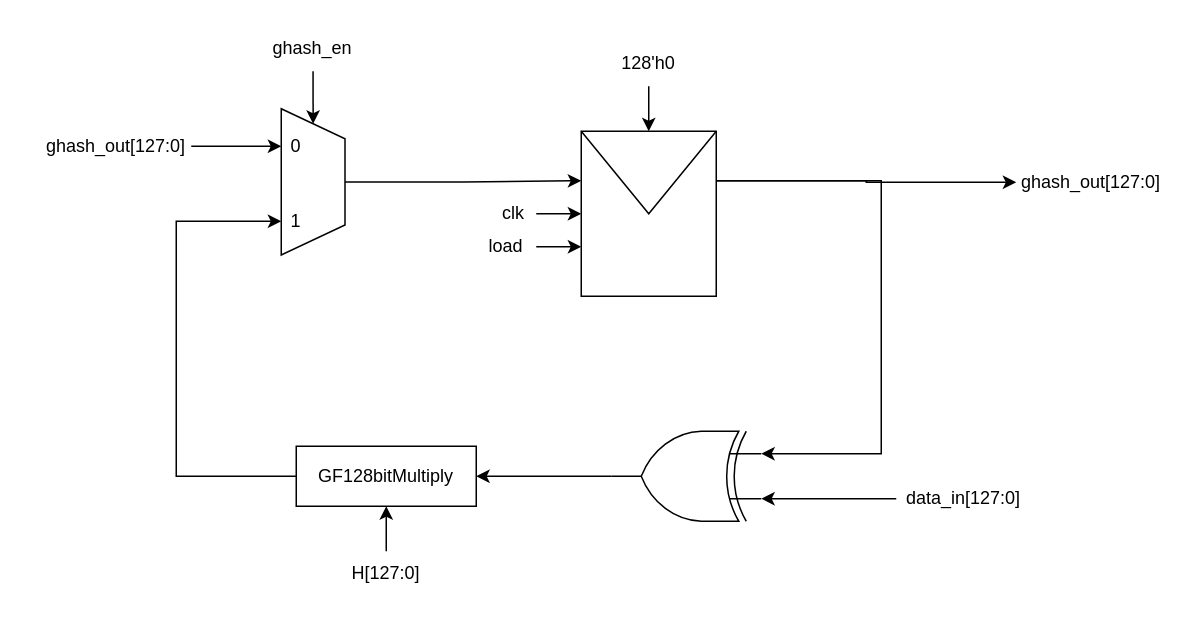
This is Quang Long/_drawio/GHASH low level.drawio from LQLManZz/AES128-Verilog, a draw.io file, before an edit. Source tidied: cells renumbered, new cells numbered last; positions are measured from the earlier drawing's top-left corner, leaving out a move shared by most shapes. Both pictures are drawn from the tidied source at 150%, with x=0, y=0 at pixel (40, 26).
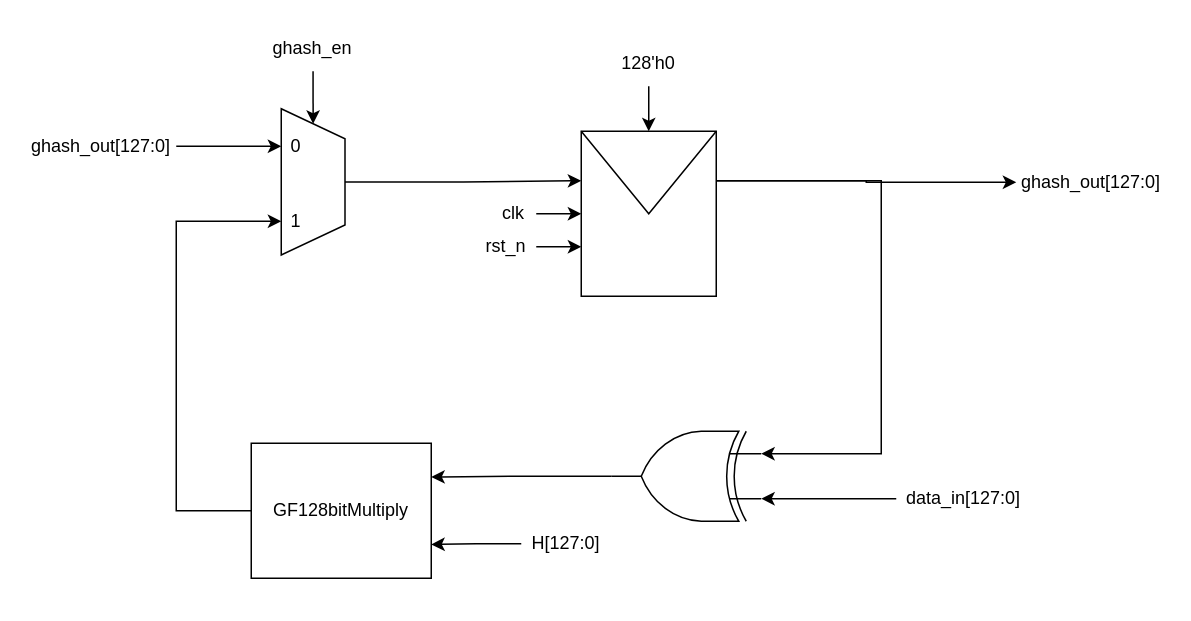
The same diagram, later.

Unchanged cells that the change refers to:
```xml
<mxCell id="12" style="verticalLabelPosition=bottom;shadow=0;dashed=0;align=center;html=1;verticalAlign=top;shape=mxgraph.electrical.logic_gates.logic_gate;operation=xor;rotation=-180;" parent="1" vertex="1">
  <mxGeometry x="380" y="270" width="100" height="60" as="geometry" />
</mxCell>
<mxCell id="24" value="1" style="text;html=1;whiteSpace=wrap;strokeColor=none;fillColor=none;align=center;verticalAlign=middle;rounded=0;" parent="22" vertex="1">
  <mxGeometry y="50" width="20" height="20" as="geometry" />
</mxCell>
```

What changed in the source:
```diff
@@
-    <mxCell id="7" value="load" style="text;html=1;whiteSpace=wrap;strokeColor=none;fillColor=none;align=center;verticalAlign=middle;rounded=0;" parent="1" vertex="1">
+    <mxCell id="7" value="rst_n" style="text;html=1;whiteSpace=wrap;strokeColor=none;fillColor=none;align=center;verticalAlign=middle;rounded=0;" parent="1" vertex="1">
       <mxGeometry x="290" y="132" width="40" height="30" as="geometry" />
     </mxCell>
@@
-    <mxCell id="11" style="edgeStyle=orthogonalEdgeStyle;rounded=0;jettySize=auto;html=1;exitX=1;exitY=0.5;exitDx=0;exitDy=0;exitPerimeter=0;entryX=1;entryY=0.5;entryDx=0;entryDy=0;" parent="1" edge="1" source="12" target="17">
+    <mxCell id="11" style="edgeStyle=orthogonalEdgeStyle;rounded=0;jettySize=auto;html=1;exitX=1;exitY=0.5;exitDx=0;exitDy=0;exitPerimeter=0;entryX=1;entryY=0.25;entryDx=0;entryDy=0;fontFamily=Helvetica;fontSize=12;fontColor=default;" parent="1" edge="1" source="12" target="17">
       <mxGeometry relative="1" as="geometry" />
     </mxCell>
@@
-    <mxCell id="16" style="edgeStyle=orthogonalEdgeStyle;rounded=0;jettySize=auto;html=1;exitX=0;exitY=0.5;exitDx=0;exitDy=0;entryX=0;entryY=0.5;entryDx=0;entryDy=0;" parent="1" edge="1" source="17" target="24">
+    <mxCell id="16" style="edgeStyle=orthogonalEdgeStyle;rounded=0;jettySize=auto;html=1;exitX=0;exitY=0.5;exitDx=0;exitDy=0;entryX=0;entryY=0.5;entryDx=0;entryDy=0;fontFamily=Helvetica;fontSize=12;fontColor=default;" parent="1" edge="1" source="17" target="24">
       <mxGeometry relative="1" as="geometry">
         <Array as="points">
-          <mxPoint x="90" y="300" />
+          <mxPoint x="90" y="323" />
           <mxPoint x="90" y="130" />
         </Array>
       </mxGeometry>
     </mxCell>
     <mxCell id="17" value="GF128bitMultiply" style="whiteSpace=wrap;html=1;" parent="1" vertex="1">
-      <mxGeometry x="170" y="280" width="120" height="40" as="geometry" />
+      <mxGeometry x="140" y="278" width="120" height="90" as="geometry" />
     </mxCell>
-    <mxCell id="18" style="edgeStyle=orthogonalEdgeStyle;rounded=0;jettySize=auto;html=1;exitX=0.5;exitY=0;exitDx=0;exitDy=0;entryX=0.5;entryY=1;entryDx=0;entryDy=0;" parent="1" edge="1" source="19" target="17">
+    <mxCell id="18" style="edgeStyle=orthogonalEdgeStyle;rounded=0;jettySize=auto;html=1;exitX=0;exitY=0.5;exitDx=0;exitDy=0;entryX=1;entryY=0.75;entryDx=0;entryDy=0;fontFamily=Helvetica;fontSize=12;fontColor=default;" parent="1" edge="1" source="19" target="17">
       <mxGeometry relative="1" as="geometry" />
     </mxCell>
     <mxCell id="19" value="H[127:0]" style="text;html=1;whiteSpace=wrap;strokeColor=none;fillColor=none;align=center;verticalAlign=middle;rounded=0;" parent="1" vertex="1">
-      <mxGeometry x="200" y="350" width="60" height="30" as="geometry" />
+      <mxGeometry x="320" y="330" width="60" height="30" as="geometry" />
     </mxCell>
@@
     <mxCell id="28" value="ghash_out[127:0]" style="text;html=1;whiteSpace=wrap;strokeColor=none;fillColor=none;align=center;verticalAlign=middle;rounded=0;" parent="1" vertex="1">
-      <mxGeometry y="65" width="100" height="30" as="geometry" />
+      <mxGeometry x="-10" y="65" width="100" height="30" as="geometry" />
     </mxCell>
```
